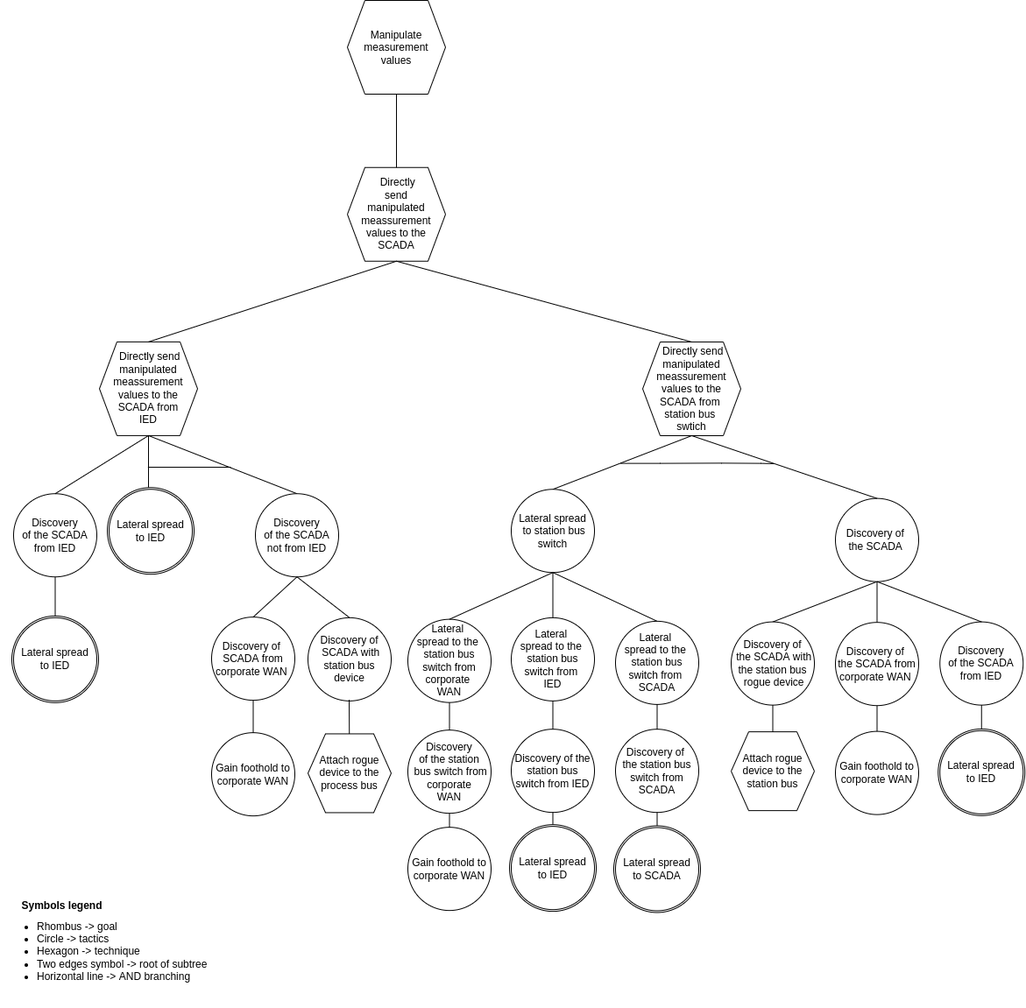
This is drawIO_trees/solution_3_2_2.drawio.png from mihaelM/Attack_trees, a draw.io export, as it was before one commit. Source tidied: cells renumbered, new cells last; positions are measured from the earlier drawing's top-left corner, leaving out a move shared by most shapes.
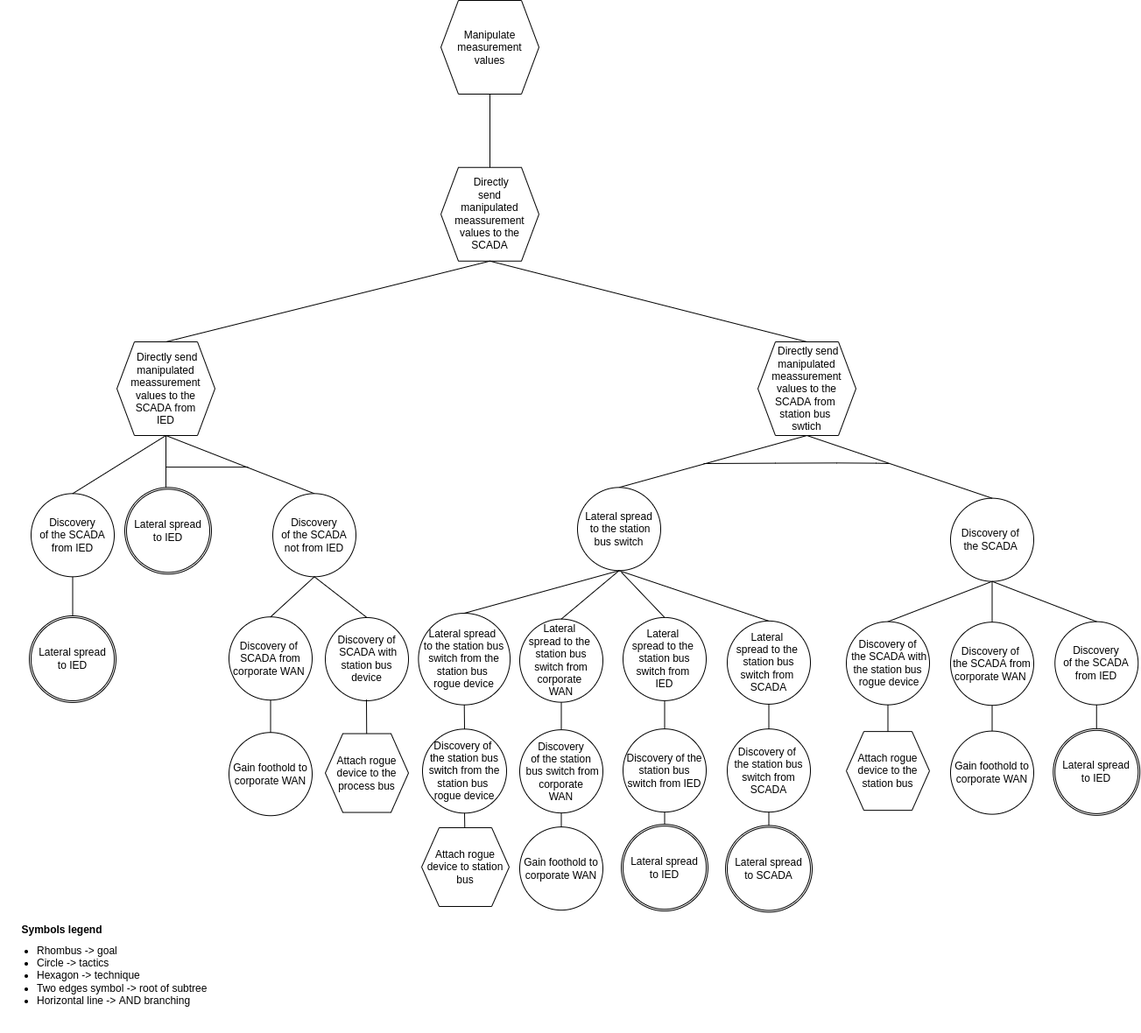
Above is the later version.

Diff of the diagram source:
```diff
@@ -3,16 +3,16 @@
     <mxCell id="0" />
     <mxCell id="1" parent="0" />
     <mxCell id="2" value="&lt;font style=&quot;font-size: 12px&quot;&gt;Symbols legend&lt;/font&gt;" style="text;strokeColor=none;fillColor=none;html=1;fontSize=24;fontStyle=1;verticalAlign=middle;align=center;" parent="1" vertex="1">
-      <mxGeometry x="20" y="1010" width="100" height="40" as="geometry" />
+      <mxGeometry x="-112" y="1038.1" width="100" height="40" as="geometry" />
     </mxCell>
     <mxCell id="3" value="&lt;ul&gt;&lt;li&gt;&lt;span&gt;Rhombus -&amp;gt; goal&lt;/span&gt;&lt;/li&gt;&lt;li&gt;&lt;span&gt;Circle -&amp;gt; tactics&lt;/span&gt;&lt;br&gt;&lt;/li&gt;&lt;li&gt;Hexagon -&amp;gt; technique&lt;/li&gt;&lt;li&gt;Two edges symbol -&amp;gt; root of subtree&lt;/li&gt;&lt;li&gt;Horizontal line -&amp;gt; AND branching&lt;/li&gt;&lt;/ul&gt;" style="text;strokeColor=none;fillColor=none;html=1;whiteSpace=wrap;verticalAlign=middle;overflow=hidden;fontSize=12;" parent="1" vertex="1">
-      <mxGeometry y="1021" width="256" height="129" as="geometry" />
+      <mxGeometry x="-132" y="1049.2" width="256" height="129" as="geometry" />
     </mxCell>
     <mxCell id="4" value="Manipulate measurement values" style="shape=hexagon;perimeter=hexagonPerimeter2;whiteSpace=wrap;html=1;fixedSize=1;" parent="1" vertex="1">
-      <mxGeometry x="396" width="112" height="107" as="geometry" />
+      <mxGeometry x="371" width="112" height="107" as="geometry" />
     </mxCell>
     <mxCell id="5" value="&amp;nbsp;Directly&lt;br&gt;send&lt;br&gt;manipulated&lt;br&gt;meassurement&lt;br&gt;values to the&lt;br&gt;SCADA" style="shape=hexagon;perimeter=hexagonPerimeter2;whiteSpace=wrap;html=1;fixedSize=1;" parent="1" vertex="1">
-      <mxGeometry x="396" y="190.7" width="112" height="107" as="geometry" />
+      <mxGeometry x="371" y="190.7" width="112" height="107" as="geometry" />
     </mxCell>
     <mxCell id="6" style="endArrow=none;html=1;rounded=0;entryX=0.5;entryY=1;entryDx=0;entryDy=0;exitX=0.5;exitY=0;exitDx=0;exitDy=0;" parent="1" edge="1" source="5" target="4">
       <mxGeometry relative="1" as="geometry" />
@@ -21,49 +21,49 @@
       <mxGeometry relative="1" as="geometry" />
     </mxCell>
     <mxCell id="8" value="Discovery&lt;br&gt;of the SCADA from IED" style="ellipse;whiteSpace=wrap;html=1;" parent="1" vertex="1">
-      <mxGeometry x="15" y="563.2" width="95" height="95" as="geometry" />
+      <mxGeometry x="-97" y="563.3" width="95" height="95" as="geometry" />
     </mxCell>
     <mxCell id="9" style="endArrow=none;html=1;rounded=0;exitX=0.5;exitY=0;exitDx=0;exitDy=0;entryX=0.5;entryY=1;entryDx=0;entryDy=0;" parent="1" edge="1" source="8" target="10">
       <mxGeometry relative="1" as="geometry" />
     </mxCell>
     <mxCell id="10" value="&amp;nbsp;Directly send&lt;br&gt;manipulated&lt;br&gt;meassurement&lt;br&gt;values to the&lt;br&gt;SCADA from&lt;br&gt;IED" style="shape=hexagon;perimeter=hexagonPerimeter2;whiteSpace=wrap;html=1;fixedSize=1;" parent="1" vertex="1">
-      <mxGeometry x="113" y="389.9" width="112" height="107" as="geometry" />
+      <mxGeometry x="1" y="390" width="112" height="107" as="geometry" />
     </mxCell>
     <mxCell id="11" style="endArrow=none;html=1;rounded=0;exitX=0.5;exitY=1;exitDx=0;exitDy=0;entryX=0.5;entryY=0;entryDx=0;entryDy=0;" parent="1" edge="1" source="5" target="10">
       <mxGeometry relative="1" as="geometry" />
     </mxCell>
     <mxCell id="12" style="endArrow=none;html=1;rounded=0;exitX=0.5;exitY=1;exitDx=0;exitDy=0;entryX=0.5;entryY=0;entryDx=0;entryDy=0;" parent="1" edge="1" source="10">
       <mxGeometry relative="1" as="geometry">
-        <mxPoint x="169" y="600.2" as="targetPoint" />
+        <mxPoint x="57" y="600.3" as="targetPoint" />
       </mxGeometry>
     </mxCell>
     <mxCell id="13" style="endArrow=none;html=1;rounded=0;exitX=0.5;exitY=1;exitDx=0;exitDy=0;entryX=0.5;entryY=0;entryDx=0;entryDy=0;" parent="1" edge="1" source="10" target="14">
       <mxGeometry relative="1" as="geometry" />
     </mxCell>
     <mxCell id="14" value="Discovery&lt;br&gt;of the SCADA not from IED" style="ellipse;whiteSpace=wrap;html=1;" parent="1" vertex="1">
-      <mxGeometry x="291" y="563.2" width="95" height="95" as="geometry" />
+      <mxGeometry x="179" y="563.3" width="95" height="95" as="geometry" />
     </mxCell>
     <mxCell id="15" value="Gain foothold to corporate WAN" style="ellipse;whiteSpace=wrap;html=1;" parent="1" vertex="1">
-      <mxGeometry x="241" y="836.2" width="95" height="95" as="geometry" />
+      <mxGeometry x="129" y="836.2" width="95" height="95" as="geometry" />
     </mxCell>
     <mxCell id="16" style="endArrow=none;html=1;rounded=0;exitX=0.5;exitY=1;exitDx=0;exitDy=0;entryX=0.5;entryY=0;entryDx=0;entryDy=0;" parent="1" edge="1" source="17" target="15">
       <mxGeometry relative="1" as="geometry" />
     </mxCell>
     <mxCell id="17" value="Discovery&amp;nbsp;of &lt;br&gt;SCADA from corporate WAN&amp;nbsp;" style="ellipse;whiteSpace=wrap;html=1;" parent="1" vertex="1">
-      <mxGeometry x="241" y="704.1" width="95" height="95" as="geometry" />
+      <mxGeometry x="129" y="704.2" width="95" height="95" as="geometry" />
     </mxCell>
     <mxCell id="18" style="endArrow=none;html=1;rounded=0;entryX=0.5;entryY=1;entryDx=0;entryDy=0;exitX=0.5;exitY=0;exitDx=0;exitDy=0;" parent="1" edge="1" source="17" target="14">
       <mxGeometry relative="1" as="geometry" />
     </mxCell>
     <mxCell id="19" value="Attach rogue device to the process bus" style="shape=hexagon;perimeter=hexagonPerimeter2;whiteSpace=wrap;html=1;fixedSize=1;" parent="1" vertex="1">
-      <mxGeometry x="351" y="837.4" width="95" height="90" as="geometry" />
+      <mxGeometry x="239" y="837.5" width="95" height="90" as="geometry" />
     </mxCell>
     <mxCell id="20" value="Discovery of&lt;br&gt;&amp;nbsp;SCADA with station bus device" style="ellipse;whiteSpace=wrap;html=1;" parent="1" vertex="1">
-      <mxGeometry x="351" y="704.9" width="95" height="95" as="geometry" />
+      <mxGeometry x="239" y="705" width="95" height="95" as="geometry" />
     </mxCell>
     <mxCell id="21" style="endArrow=none;html=1;rounded=0;entryX=0.5;entryY=1;entryDx=0;entryDy=0;" parent="1" edge="1" source="19">
       <mxGeometry relative="1" as="geometry">
-        <mxPoint x="398" y="798.6" as="targetPoint" />
+        <mxPoint x="286" y="798.7" as="targetPoint" />
       </mxGeometry>
     </mxCell>
     <mxCell id="22" style="endArrow=none;html=1;rounded=0;entryX=0.5;entryY=1;entryDx=0;entryDy=0;exitX=0.5;exitY=0;exitDx=0;exitDy=0;" parent="1" edge="1" source="20" target="14">
@@ -71,8 +71,8 @@
     </mxCell>
     <mxCell id="23" style="endArrow=none;html=1;rounded=0;" parent="1" edge="1">
       <mxGeometry relative="1" as="geometry">
-        <mxPoint x="168.4" y="533" as="sourcePoint" />
-        <mxPoint x="263" y="533" as="targetPoint" />
+        <mxPoint x="56.4" y="533.1" as="sourcePoint" />
+        <mxPoint x="151" y="533.1" as="targetPoint" />
       </mxGeometry>
     </mxCell>
     <mxCell id="24" style="endArrow=none;html=1;rounded=0;entryX=0.5;entryY=0;entryDx=0;entryDy=0;exitX=0.5;exitY=1;exitDx=0;exitDy=0;" parent="1" edge="1" source="27" target="38">
@@ -112,7 +112,7 @@
     </mxCell>
     <mxCell id="35" style="endArrow=none;html=1;rounded=0;" parent="1" edge="1">
       <mxGeometry relative="1" as="geometry">
-        <mxPoint x="708" y="528.6" as="sourcePoint" />
+        <mxPoint x="671" y="529" as="sourcePoint" />
         <mxPoint x="883" y="529" as="targetPoint" />
         <Array as="points">
           <mxPoint x="753" y="528.6" />
@@ -121,8 +121,8 @@
         </Array>
       </mxGeometry>
     </mxCell>
-    <mxCell id="36" value="Lateral spread&lt;br&gt;&amp;nbsp;to station bus switch" style="ellipse;whiteSpace=wrap;html=1;" parent="1" vertex="1">
-      <mxGeometry x="583" y="558.2" width="95" height="95" as="geometry" />
+    <mxCell id="36" value="Lateral spread&lt;br&gt;&amp;nbsp;to the station bus switch" style="ellipse;whiteSpace=wrap;html=1;" parent="1" vertex="1">
+      <mxGeometry x="527" y="556.3" width="95" height="95" as="geometry" />
     </mxCell>
     <mxCell id="37" value="Attach rogue device to the station bus" style="shape=hexagon;perimeter=hexagonPerimeter2;whiteSpace=wrap;html=1;fixedSize=1;" parent="1" vertex="1">
       <mxGeometry x="834" y="835.1" width="95" height="90" as="geometry" />
@@ -137,16 +137,16 @@
       <mxGeometry x="953" y="710.2" width="95" height="95" as="geometry" />
     </mxCell>
     <mxCell id="41" value="Gain foothold to corporate WAN" style="ellipse;whiteSpace=wrap;html=1;" parent="1" vertex="1">
-      <mxGeometry x="465" y="944.2" width="95" height="95" as="geometry" />
+      <mxGeometry x="461" y="944.2" width="95" height="95" as="geometry" />
     </mxCell>
     <mxCell id="42" style="endArrow=none;html=1;rounded=0;entryX=0.5;entryY=1;entryDx=0;entryDy=0;" parent="1" edge="1" source="41" target="43">
       <mxGeometry relative="1" as="geometry" />
     </mxCell>
     <mxCell id="43" value="Discovery&lt;br&gt;of the station&lt;br&gt;&amp;nbsp;bus switch from corporate&lt;br&gt;WAN" style="ellipse;whiteSpace=wrap;html=1;" parent="1" vertex="1">
-      <mxGeometry x="465" y="833.2" width="95" height="95" as="geometry" />
+      <mxGeometry x="461" y="833.2" width="95" height="95" as="geometry" />
     </mxCell>
     <mxCell id="44" value="Lateral &lt;br&gt;spread to the&amp;nbsp;&lt;br&gt;station bus switch from corporate &lt;br&gt;WAN" style="ellipse;whiteSpace=wrap;html=1;" parent="1" vertex="1">
-      <mxGeometry x="465" y="706.7" width="95" height="95" as="geometry" />
+      <mxGeometry x="461" y="706.7" width="95" height="95" as="geometry" />
     </mxCell>
     <mxCell id="45" style="endArrow=none;html=1;rounded=0;entryX=0.5;entryY=0;entryDx=0;entryDy=0;exitX=0.5;exitY=1;exitDx=0;exitDy=0;" parent="1" edge="1" source="36" target="44">
       <mxGeometry relative="1" as="geometry" />
@@ -155,27 +155,27 @@
       <mxGeometry relative="1" as="geometry" />
     </mxCell>
     <mxCell id="47" value="Discovery of the station bus switch from IED" style="ellipse;whiteSpace=wrap;html=1;" parent="1" vertex="1">
-      <mxGeometry x="583" y="832.1" width="95" height="95" as="geometry" />
+      <mxGeometry x="579" y="832.1" width="95" height="95" as="geometry" />
     </mxCell>
     <mxCell id="48" value="Lateral &lt;br&gt;spread to the&amp;nbsp;&lt;br&gt;station bus switch from &lt;br&gt;IED" style="ellipse;whiteSpace=wrap;html=1;" parent="1" vertex="1">
-      <mxGeometry x="583" y="704.9" width="95" height="95" as="geometry" />
+      <mxGeometry x="579" y="704.9" width="95" height="95" as="geometry" />
     </mxCell>
     <mxCell id="49" style="endArrow=none;html=1;rounded=0;entryX=0.5;entryY=0;entryDx=0;entryDy=0;exitX=0.5;exitY=1;exitDx=0;exitDy=0;" parent="1" edge="1" source="48" target="47">
       <mxGeometry relative="1" as="geometry" />
     </mxCell>
-    <mxCell id="50" style="endArrow=none;html=1;rounded=0;entryX=0.5;entryY=0;entryDx=0;entryDy=0;exitX=0.5;exitY=1;exitDx=0;exitDy=0;" parent="1" edge="1" target="48">
+    <mxCell id="50" style="endArrow=none;html=1;rounded=0;entryX=0.5;entryY=0;entryDx=0;entryDy=0;" parent="1" edge="1" target="48">
       <mxGeometry relative="1" as="geometry">
-        <mxPoint x="630.5" y="653.5" as="sourcePoint" />
+        <mxPoint x="577" y="653" as="sourcePoint" />
       </mxGeometry>
     </mxCell>
     <mxCell id="51" style="endArrow=none;html=1;rounded=0;exitX=0.5;exitY=1;exitDx=0;exitDy=0;entryX=0.5;entryY=0;entryDx=0;entryDy=0;" parent="1" edge="1" source="36" target="52">
       <mxGeometry relative="1" as="geometry" />
     </mxCell>
     <mxCell id="52" value="Lateral &lt;br&gt;spread to the&amp;nbsp;&lt;br&gt;station bus switch from &lt;br&gt;SCADA" style="ellipse;whiteSpace=wrap;html=1;" parent="1" vertex="1">
-      <mxGeometry x="702" y="708.9" width="95" height="95" as="geometry" />
+      <mxGeometry x="698" y="708.9" width="95" height="95" as="geometry" />
     </mxCell>
     <mxCell id="53" value="Discovery of &lt;br&gt;the station bus switch from SCADA" style="ellipse;whiteSpace=wrap;html=1;" parent="1" vertex="1">
-      <mxGeometry x="702" y="832.2" width="95" height="95" as="geometry" />
+      <mxGeometry x="698" y="832.2" width="95" height="95" as="geometry" />
     </mxCell>
     <mxCell id="54" style="endArrow=none;html=1;rounded=0;entryX=0.5;entryY=0;entryDx=0;entryDy=0;exitX=0.5;exitY=1;exitDx=0;exitDy=0;" parent="1" edge="1" source="52" target="53">
       <mxGeometry relative="1" as="geometry" />
@@ -185,32 +185,32 @@
     </mxCell>
     <mxCell id="56" style="endArrow=none;html=1;rounded=0;exitX=0.5;exitY=1;exitDx=0;exitDy=0;entryX=0.5;entryY=0;entryDx=0;entryDy=0;" parent="1" edge="1" source="53">
       <mxGeometry relative="1" as="geometry">
-        <mxPoint x="749.5" y="945.9" as="targetPoint" />
+        <mxPoint x="745.5" y="945.9" as="targetPoint" />
       </mxGeometry>
     </mxCell>
     <mxCell id="57" style="ellipse;whiteSpace=wrap;html=1;" parent="1" vertex="1">
-      <mxGeometry x="13" y="702.9" width="99" height="99" as="geometry" />
+      <mxGeometry x="-99" y="703" width="99" height="99" as="geometry" />
     </mxCell>
     <mxCell id="58" value="Lateral spread&lt;br&gt;to IED" style="ellipse;whiteSpace=wrap;html=1;" parent="1" vertex="1">
-      <mxGeometry x="15" y="704.9" width="95" height="95" as="geometry" />
+      <mxGeometry x="-97" y="705" width="95" height="95" as="geometry" />
     </mxCell>
     <mxCell id="59" style="ellipse;whiteSpace=wrap;html=1;" parent="1" vertex="1">
-      <mxGeometry x="122" y="556.2" width="99" height="99" as="geometry" />
+      <mxGeometry x="10" y="556.3" width="99" height="99" as="geometry" />
     </mxCell>
     <mxCell id="60" value="Lateral spread&lt;br&gt;to IED" style="ellipse;whiteSpace=wrap;html=1;" parent="1" vertex="1">
-      <mxGeometry x="124" y="558.2" width="95" height="95" as="geometry" />
+      <mxGeometry x="12" y="558.3" width="95" height="95" as="geometry" />
     </mxCell>
     <mxCell id="61" style="ellipse;whiteSpace=wrap;html=1;" parent="1" vertex="1">
-      <mxGeometry x="581" y="941.1" width="99" height="99" as="geometry" />
+      <mxGeometry x="577" y="941.1" width="99" height="99" as="geometry" />
     </mxCell>
     <mxCell id="62" value="Lateral spread&lt;br&gt;to IED" style="ellipse;whiteSpace=wrap;html=1;" parent="1" vertex="1">
-      <mxGeometry x="583" y="943.1" width="95" height="95" as="geometry" />
+      <mxGeometry x="579" y="943.1" width="95" height="95" as="geometry" />
     </mxCell>
     <mxCell id="63" style="ellipse;whiteSpace=wrap;html=1;" parent="1" vertex="1">
-      <mxGeometry x="700" y="942.5" width="99" height="99" as="geometry" />
+      <mxGeometry x="696" y="942.5" width="99" height="99" as="geometry" />
     </mxCell>
     <mxCell id="64" value="Lateral spread&lt;br&gt;to SCADA" style="ellipse;whiteSpace=wrap;html=1;" parent="1" vertex="1">
-      <mxGeometry x="702" y="944.5" width="95" height="95" as="geometry" />
+      <mxGeometry x="698" y="944.5" width="95" height="95" as="geometry" />
     </mxCell>
     <mxCell id="65" style="endArrow=none;html=1;rounded=0;entryX=0.5;entryY=0;entryDx=0;entryDy=0;exitX=0.5;exitY=1;exitDx=0;exitDy=0;" parent="1" edge="1" source="33">
       <mxGeometry relative="1" as="geometry">
@@ -223,5 +223,23 @@
     <mxCell id="67" value="Lateral spread&lt;br&gt;to IED" style="ellipse;whiteSpace=wrap;html=1;" parent="1" vertex="1">
       <mxGeometry x="1072.2" y="833.9" width="95" height="95" as="geometry" />
     </mxCell>
+    <mxCell id="68" style="endArrow=none;html=1;rounded=0;entryX=0.5;entryY=0;entryDx=0;entryDy=0;exitX=0.5;exitY=1;exitDx=0;exitDy=0;" parent="1" edge="1" source="36" target="69">
+      <mxGeometry relative="1" as="geometry" />
+    </mxCell>
+    <mxCell id="69" value="Lateral spread &lt;br&gt;to the station bus switch from the&lt;br&gt;station bus &lt;br&gt;rogue&amp;nbsp;device" style="ellipse;whiteSpace=wrap;html=1;" parent="1" vertex="1">
+      <mxGeometry x="345.4" y="700" width="104.7" height="104.7" as="geometry" />
+    </mxCell>
+    <mxCell id="70" value="Discovery of &lt;br&gt;the station bus switch&amp;nbsp;from the station bus &lt;br&gt;rogue device" style="ellipse;whiteSpace=wrap;html=1;" parent="1" vertex="1">
+      <mxGeometry x="350" y="832.3" width="96" height="96" as="geometry" />
+    </mxCell>
+    <mxCell id="71" value="Attach rogue device to station bus" style="shape=hexagon;perimeter=hexagonPerimeter2;whiteSpace=wrap;html=1;fixedSize=1;" parent="1" vertex="1">
+      <mxGeometry x="349" y="945" width="100" height="90" as="geometry" />
+    </mxCell>
+    <mxCell id="72" style="endArrow=none;html=1;rounded=0;entryX=0.5;entryY=1;entryDx=0;entryDy=0;" parent="1" edge="1" source="71" target="70">
+      <mxGeometry relative="1" as="geometry" />
+    </mxCell>
+    <mxCell id="73" style="endArrow=none;html=1;rounded=0;exitX=0.5;exitY=0;exitDx=0;exitDy=0;entryX=0.5;entryY=1;entryDx=0;entryDy=0;" parent="1" edge="1" source="70" target="69">
+      <mxGeometry relative="1" as="geometry" />
+    </mxCell>
   </root>
 </mxGraphModel>
```
